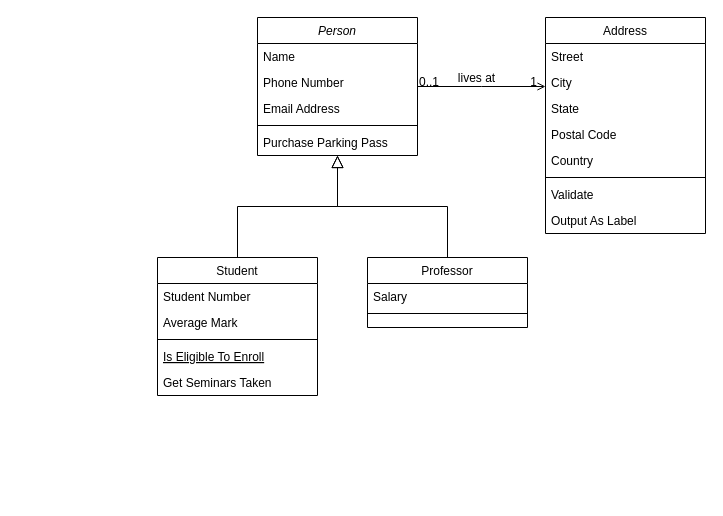
Earlier version of the draw.io diagram Diagramme sans nom.drawio (wilsonDenis/Ega_projet_bancaire). Source tidied: cells renumbered, new cells numbered last; positions are measured from the earlier drawing's top-left corner, leaving out a move shared by most shapes. Both pictures are drawn from the tidied source at 100%, with x=0, y=0 at pixel (157, 17).
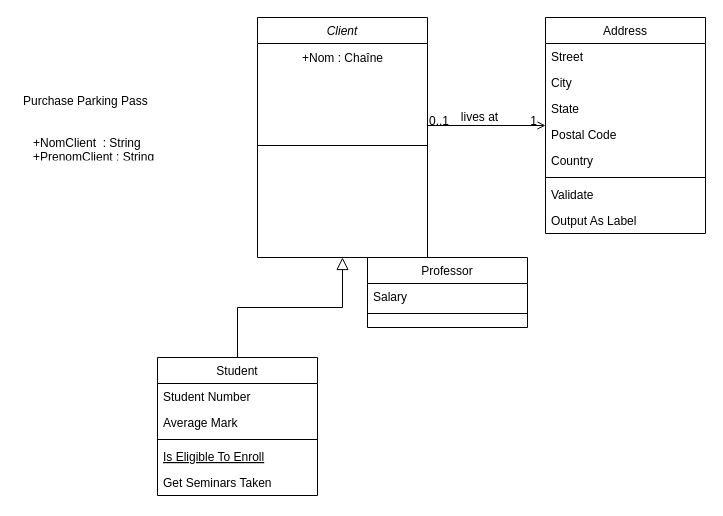
The same page after the edit.

What changed in the source:
```diff
@@
-    <mxCell id="2" value="Person" style="swimlane;fontStyle=2;align=center;verticalAlign=top;horizontal=1;startSize=26;rounded=0;shadow=0;strokeWidth=1;" parent="1" vertex="1">
-      <mxGeometry x="100" width="160" height="138" as="geometry" />
+    <mxCell id="2" value="Client" style="swimlane;fontStyle=2;align=center;verticalAlign=top;horizontal=1;startSize=26;rounded=0;shadow=0;strokeWidth=1;" parent="1" vertex="1">
+      <mxGeometry x="100" width="170" height="240" as="geometry" />
     </mxCell>
-    <mxCell id="3" value="Name" style="text;align=left;verticalAlign=top;spacingLeft=4;spacingRight=4;overflow=hidden;" parent="2" vertex="1">
-      <mxGeometry y="26" width="160" height="26" as="geometry" />
-    </mxCell>
-    <mxCell id="4" value="Phone Number" style="text;align=left;verticalAlign=top;spacingLeft=4;spacingRight=4;overflow=hidden;rounded=0;shadow=0;html=0;" parent="2" vertex="1">
-      <mxGeometry y="52" width="160" height="26" as="geometry" />
-    </mxCell>
-    <mxCell id="5" value="Email Address" style="text;align=left;verticalAlign=top;spacingLeft=4;spacingRight=4;overflow=hidden;rounded=0;shadow=0;html=0;" parent="2" vertex="1">
-      <mxGeometry y="78" width="160" height="26" as="geometry" />
-    </mxCell>
+    <mxCell id="32" value="+Nom : Chaîne" style="text;html=1;align=center;verticalAlign=middle;strokeColor=none;fillColor=none;" parent="2" vertex="1">
+      <mxGeometry y="26" width="170" height="30" as="geometry" />
+    </mxCell>
     <mxCell id="6" style="line;html=1;strokeWidth=1;align=left;verticalAlign=middle;spacingTop=-1;spacingLeft=3;spacingRight=3;labelPosition=right;" parent="2" vertex="1">
-      <mxGeometry y="104" width="160" height="8" as="geometry" />
+      <mxGeometry y="56" width="170" height="144" as="geometry" />
     </mxCell>
-    <mxCell id="7" value="Purchase Parking Pass" style="text;align=left;verticalAlign=top;spacingLeft=4;spacingRight=4;overflow=hidden;" parent="2" vertex="1">
-      <mxGeometry y="112" width="160" height="26" as="geometry" />
-    </mxCell>
     <mxCell id="8" value="Student" style="swimlane;fontStyle=0;align=center;verticalAlign=top;horizontal=1;startSize=26;rounded=0;shadow=0;strokeWidth=1;" parent="1" vertex="1">
-      <mxGeometry y="240" width="160" height="138" as="geometry" />
+      <mxGeometry y="340" width="160" height="138" as="geometry" />
     </mxCell>
@@
+    <mxCell id="7" value="Purchase Parking Pass" style="text;align=left;verticalAlign=top;spacingLeft=4;spacingRight=4;overflow=hidden;" parent="1" vertex="1">
+      <mxGeometry x="-140" y="70" width="170" height="26" as="geometry" />
+    </mxCell>
+    <mxCell id="3" value="+NomClient  : String&#10;+PrenomClient : String&#10;&#10;" style="text;align=left;verticalAlign=top;spacingLeft=4;spacingRight=4;overflow=hidden;" parent="1" vertex="1">
+      <mxGeometry x="-130" y="112" width="170" height="26" as="geometry" />
+    </mxCell>
```
